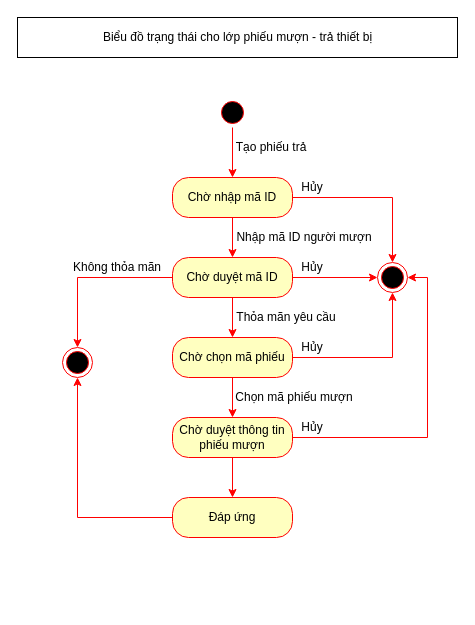
This is page "sửa chữa bảo trì" (1 of 2) of TraThietBi state diagram.drawio from LocalHost127000/OODA, a draw.io file, before an edit. Source tidied: cells renumbered, new cells numbered last; positions are measured from the earlier drawing's top-left corner, leaving out a move shared by most shapes. Both pictures are drawn from the tidied source at 100%, with x=0, y=0 at pixel (17, 17).
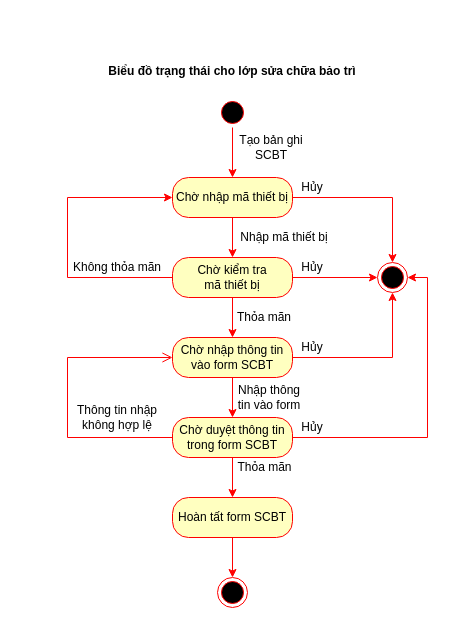
The same diagram, later.

Change to the diagram source:
```diff
@@
-    <mxCell id="4" value="Biểu đồ trạng thái cho lớp phiếu mượn - trả thiết bị" style="html=1;" parent="1" vertex="1">
-      <mxGeometry width="440" height="40" as="geometry" />
-    </mxCell>
@@
-    <mxCell id="7" value="Chờ nhập mã ID" style="rounded=1;whiteSpace=wrap;html=1;arcSize=40;fontColor=#000000;fillColor=#ffffc0;strokeColor=#ff0000;" parent="1" vertex="1">
+    <mxCell id="7" value="Chờ nhập mã thiết bị" style="rounded=1;whiteSpace=wrap;html=1;arcSize=40;fontColor=#000000;fillColor=#ffffc0;strokeColor=#ff0000;" parent="1" vertex="1">
       <mxGeometry x="155" y="160" width="120" height="40" as="geometry" />
     </mxCell>
-    <mxCell id="8" value="Tạo phiếu trả" style="text;html=1;strokeColor=none;fillColor=none;align=center;verticalAlign=middle;whiteSpace=wrap;rounded=0;" parent="1" vertex="1">
+    <mxCell id="8" value="Tạo bản ghi SCBT" style="text;html=1;strokeColor=none;fillColor=none;align=center;verticalAlign=middle;whiteSpace=wrap;rounded=0;" parent="1" vertex="1">
       <mxGeometry x="211" y="120" width="86" height="20" as="geometry" />
     </mxCell>
@@
-    <mxCell id="11" style="edgeStyle=orthogonalEdgeStyle;rounded=0;jettySize=auto;html=1;strokeColor=#FF0000;" parent="1" edge="1" source="12" target="29">
+    <mxCell id="11" style="edgeStyle=orthogonalEdgeStyle;rounded=0;jettySize=auto;html=1;strokeColor=#FF0000;entryX=0;entryY=0.5;entryDx=0;entryDy=0;" parent="1" edge="1" source="12" target="7">
       <mxGeometry relative="1" as="geometry">
         <Array as="points">
-          <mxPoint x="60" y="260" />
+          <mxPoint x="50" y="260" />
+          <mxPoint x="50" y="180" />
         </Array>
       </mxGeometry>
     </mxCell>
-    <mxCell id="12" value="Chờ duyệt mã ID" style="rounded=1;whiteSpace=wrap;html=1;arcSize=40;fontColor=#000000;fillColor=#ffffc0;strokeColor=#ff0000;" parent="1" vertex="1">
+    <mxCell id="12" value="Chờ kiểm tra&lt;br&gt;mã thiết bị" style="rounded=1;whiteSpace=wrap;html=1;arcSize=40;fontColor=#000000;fillColor=#ffffc0;strokeColor=#ff0000;" parent="1" vertex="1">
       <mxGeometry x="155" y="240" width="120" height="40" as="geometry" />
     </mxCell>
-    <mxCell id="13" value="Nhập mã ID người mượn" style="text;html=1;strokeColor=none;fillColor=none;align=center;verticalAlign=middle;whiteSpace=wrap;rounded=0;" parent="1" vertex="1">
-      <mxGeometry x="214" y="210" width="146" height="20" as="geometry" />
+    <mxCell id="13" value="Nhập mã thiết bị" style="text;html=1;strokeColor=none;fillColor=none;align=center;verticalAlign=middle;whiteSpace=wrap;rounded=0;" parent="1" vertex="1">
+      <mxGeometry x="214" y="210" width="106" height="20" as="geometry" />
     </mxCell>
@@
-    <mxCell id="16" value="Chờ chọn mã phiếu" style="rounded=1;whiteSpace=wrap;html=1;arcSize=40;fontColor=#000000;fillColor=#ffffc0;strokeColor=#ff0000;" parent="1" vertex="1">
+    <mxCell id="16" value="Chờ nhập thông tin vào form SCBT" style="rounded=1;whiteSpace=wrap;html=1;arcSize=40;fontColor=#000000;fillColor=#ffffc0;strokeColor=#ff0000;" parent="1" vertex="1">
       <mxGeometry x="155" y="320" width="120" height="40" as="geometry" />
     </mxCell>
-    <mxCell id="17" value="Thỏa mãn yêu cầu" style="text;html=1;strokeColor=none;fillColor=none;align=center;verticalAlign=middle;whiteSpace=wrap;rounded=0;" parent="1" vertex="1">
-      <mxGeometry x="214" y="290" width="110" height="20" as="geometry" />
+    <mxCell id="17" value="Thỏa mãn" style="text;html=1;strokeColor=none;fillColor=none;align=center;verticalAlign=middle;whiteSpace=wrap;rounded=0;" parent="1" vertex="1">
+      <mxGeometry x="214" y="290" width="66" height="20" as="geometry" />
     </mxCell>
@@
+    <mxCell id="31" style="edgeStyle=orthogonalEdgeStyle;rounded=0;jettySize=auto;html=1;startSize=7;endArrow=open;endFill=0;endSize=8;entryX=0;entryY=0.5;entryDx=0;entryDy=0;strokeColor=#FF0000;" parent="1" edge="1" source="20" target="16">
+      <mxGeometry relative="1" as="geometry">
+        <Array as="points">
+          <mxPoint x="50" y="420" />
+          <mxPoint x="50" y="340" />
+        </Array>
+      </mxGeometry>
+    </mxCell>
-    <mxCell id="20" value="Chờ duyệt thông tin phiếu mượn" style="rounded=1;whiteSpace=wrap;html=1;arcSize=40;fontColor=#000000;fillColor=#ffffc0;strokeColor=#ff0000;" parent="1" vertex="1">
+    <mxCell id="20" value="Chờ duyệt thông tin trong form SCBT" style="rounded=1;whiteSpace=wrap;html=1;arcSize=40;fontColor=#000000;fillColor=#ffffc0;strokeColor=#ff0000;" parent="1" vertex="1">
       <mxGeometry x="155" y="400" width="120" height="40" as="geometry" />
     </mxCell>
-    <mxCell id="21" value="Chọn mã phiếu mượn" style="text;html=1;strokeColor=none;fillColor=none;align=center;verticalAlign=middle;whiteSpace=wrap;rounded=0;" parent="1" vertex="1">
-      <mxGeometry x="214" y="370" width="126" height="20" as="geometry" />
+    <mxCell id="21" value="Nhập thông tin vào form" style="text;html=1;strokeColor=none;fillColor=none;align=center;verticalAlign=middle;whiteSpace=wrap;rounded=0;" parent="1" vertex="1">
+      <mxGeometry x="214" y="370" width="76" height="20" as="geometry" />
     </mxCell>
@@
-    <mxCell id="23" value="Đáp ứng" style="rounded=1;whiteSpace=wrap;html=1;arcSize=40;fontColor=#000000;fillColor=#ffffc0;strokeColor=#ff0000;" parent="1" vertex="1">
+    <mxCell id="23" value="Hoàn tất form SCBT" style="rounded=1;whiteSpace=wrap;html=1;arcSize=40;fontColor=#000000;fillColor=#ffffc0;strokeColor=#ff0000;" parent="1" vertex="1">
       <mxGeometry x="155" y="480" width="120" height="40" as="geometry" />
     </mxCell>
@@
     <mxCell id="29" style="ellipse;html=1;shape=endState;fillColor=#000000;strokeColor=#ff0000;" parent="1" vertex="1">
-      <mxGeometry x="45" y="330" width="30" height="30" as="geometry" />
+      <mxGeometry x="200" y="560" width="30" height="30" as="geometry" />
     </mxCell>
@@
+    <mxCell id="32" value="Biểu đồ trạng thái cho lớp sửa chữa bảo trì" style="text;align=center;fontStyle=1;verticalAlign=middle;spacingLeft=3;spacingRight=3;strokeColor=none;points=[[0,0.5],[1,0.5]];portConstraint=eastwest;fillColor=#FFFFFF;" parent="1" vertex="1">
+      <mxGeometry x="175" y="40" width="80" height="26" as="geometry" />
+    </mxCell>
+    <mxCell id="33" style="edgeStyle=orthogonalEdgeStyle;rounded=0;orthogonalLoop=1;jettySize=auto;html=1;exitX=1;exitY=0.5;exitDx=0;exitDy=0;startSize=7;endArrow=open;endFill=0;endSize=8;" parent="1" edge="1" source="32" target="32">
+      <mxGeometry relative="1" as="geometry" />
+    </mxCell>
+    <mxCell id="34" value="Thông tin nhập không hợp lệ" style="text;html=1;strokeColor=none;fillColor=none;align=center;verticalAlign=middle;whiteSpace=wrap;rounded=0;" parent="1" vertex="1">
+      <mxGeometry x="55" y="390" width="90" height="20" as="geometry" />
+    </mxCell>
+    <mxCell id="35" value="Thỏa mãn" style="text;html=1;strokeColor=none;fillColor=none;align=center;verticalAlign=middle;whiteSpace=wrap;rounded=0;" parent="1" vertex="1">
+      <mxGeometry x="215" y="440" width="65" height="20" as="geometry" />
+    </mxCell>
```
